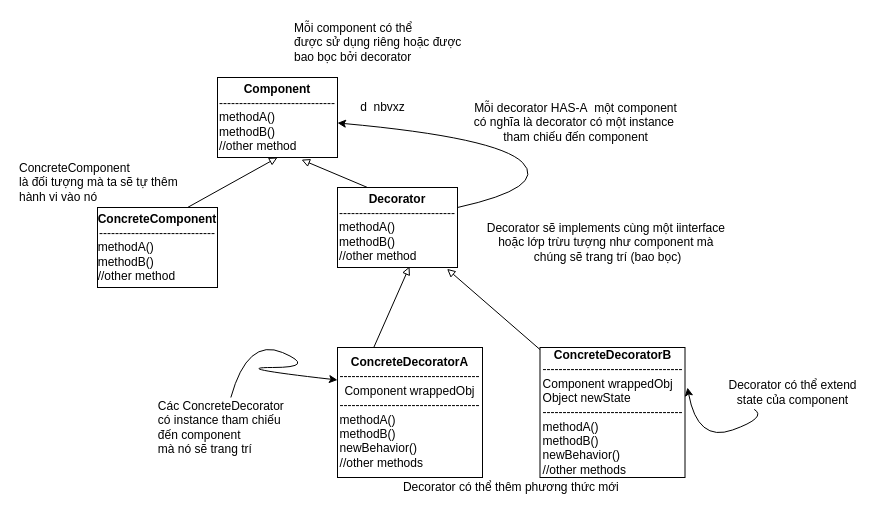
This is DecoratorStructure.drawio from titcoi-eastlaos/diagrams-, a draw.io file, before an edit. Source tidied: cells renumbered, new cells numbered last; positions are measured from the earlier drawing's top-left corner, leaving out a move shared by most shapes. Both pictures are drawn from the tidied source at 100%, with x=0, y=0 at pixel (17, 17).
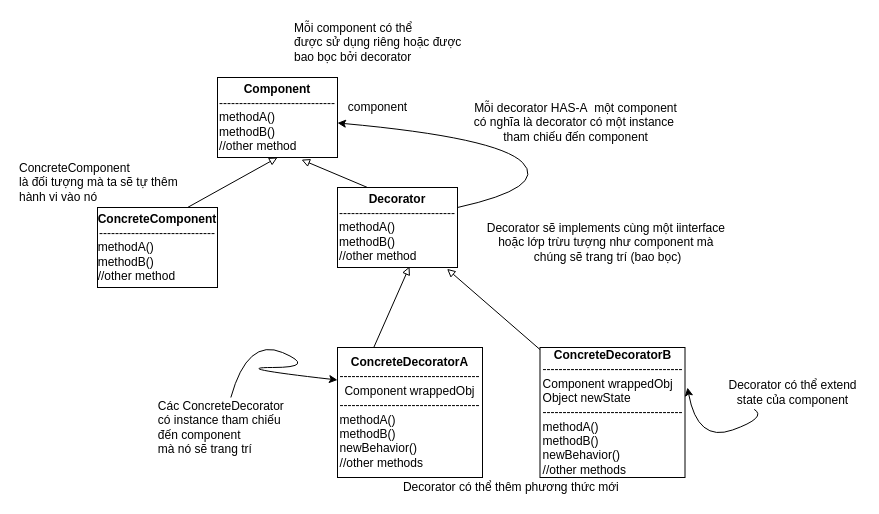
Above is the later version.

The edit, as a diff of the source:
```diff
@@
-    <mxCell id="21" value="&amp;nbsp; &amp;nbsp; &amp;nbsp;d&amp;nbsp; nbvxz&amp;nbsp;&amp;nbsp;" style="text;html=1;align=center;verticalAlign=middle;strokeColor=none;fillColor=none;" parent="1" vertex="1">
-      <mxGeometry x="320" y="80" width="80" height="20" as="geometry" />
+    <mxCell id="21" value="component" style="text;html=1;align=center;verticalAlign=middle;strokeColor=none;fillColor=none;" parent="1" vertex="1">
+      <mxGeometry x="325" y="80" width="70" height="20" as="geometry" />
     </mxCell>
```
